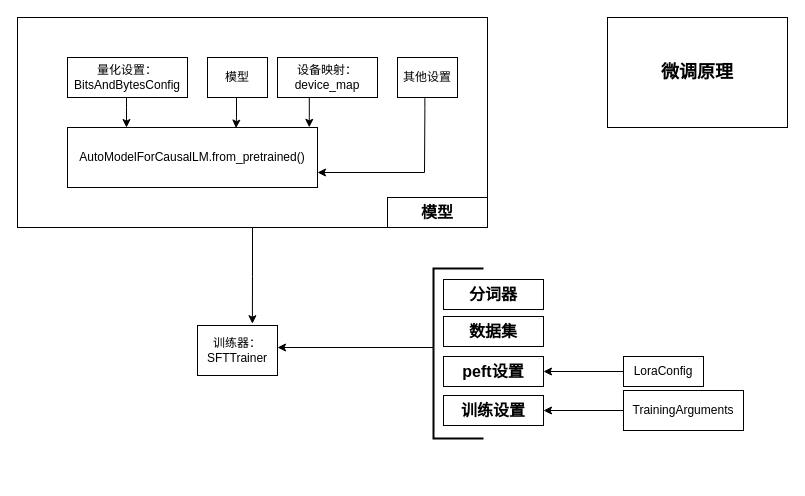
This is 微调.drawio from diablorrr/-, a draw.io file, before an edit. Source tidied: cells renumbered, new cells numbered last; positions are measured from the earlier drawing's top-left corner, leaving out a move shared by most shapes. Both pictures are drawn from the tidied source at 100%, with x=0, y=0 at pixel (17, 17).
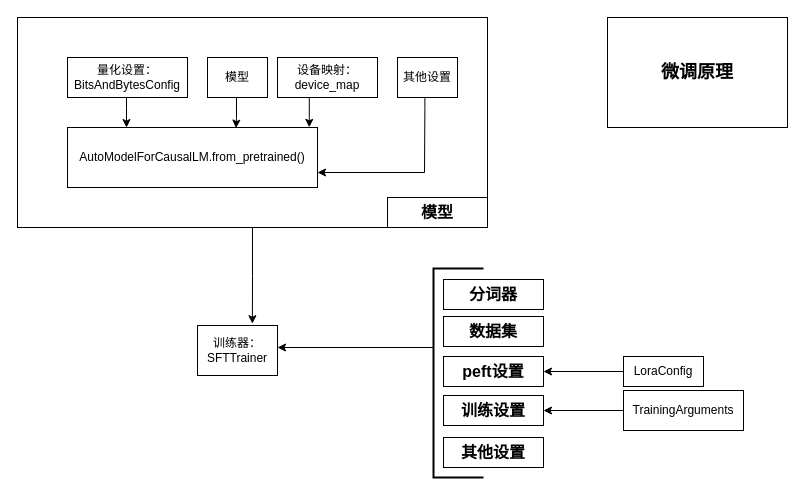
The same page after the edit.

The edit, as a diff of the source:
```diff
@@
     <mxCell id="25" style="strokeWidth=2;html=1;shape=mxgraph.flowchart.annotation_1;align=left;" parent="1" vertex="1">
-      <mxGeometry x="416" y="251" width="50" height="170" as="geometry" />
+      <mxGeometry x="416" y="251" width="50" height="209" as="geometry" />
     </mxCell>
@@
+    <mxCell id="27" value="&lt;b&gt;&lt;font style=&quot;font-size: 16px;&quot;&gt;其他设置&lt;/font&gt;&lt;/b&gt;" style="rounded=0;whiteSpace=wrap;html=1;" parent="1" vertex="1">
+      <mxGeometry x="426" y="420" width="100" height="30" as="geometry" />
+    </mxCell>
```
